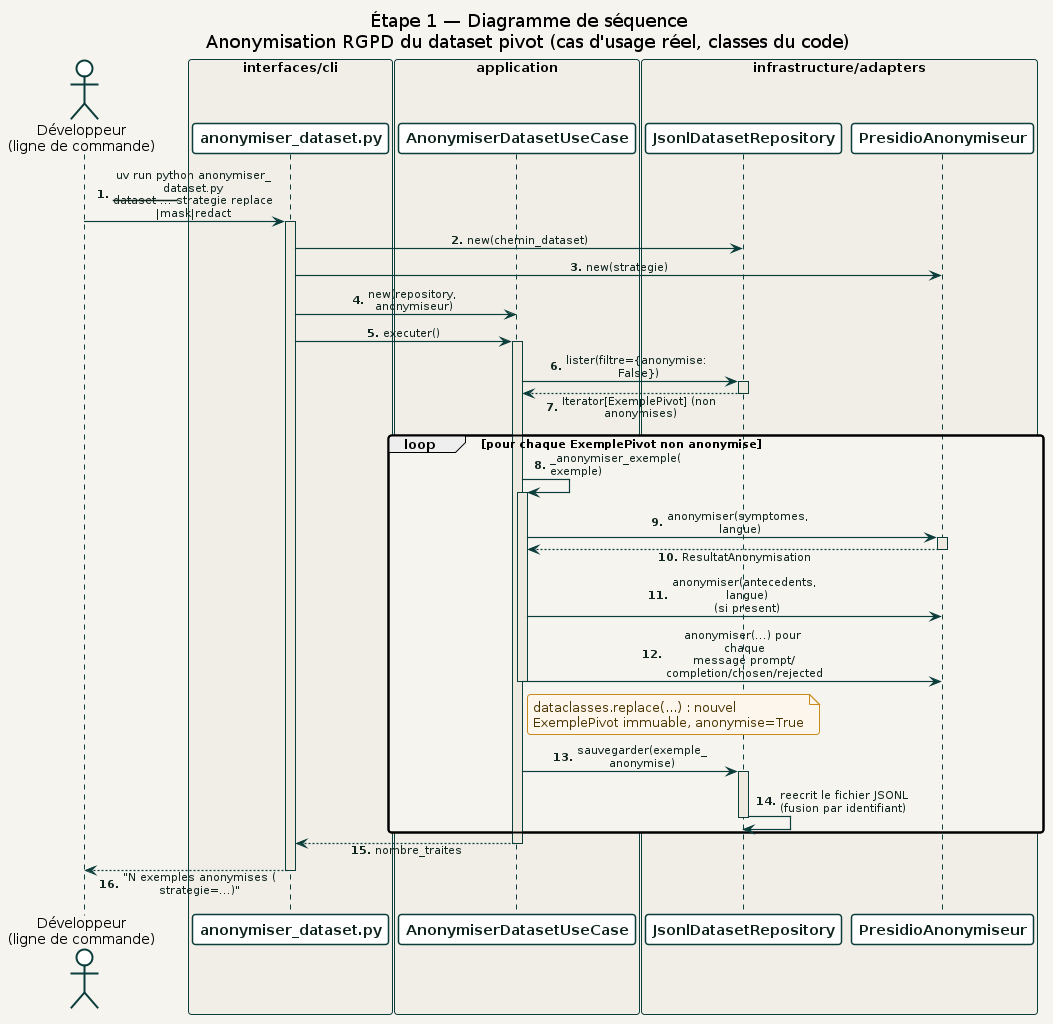
Earlier version of the PlantUML export docs/diagrams/02_etape1_donnees/sequence/anonymiser_dataset.png (racemartin/m14_ocr). Its source is kept beside it as docs/diagrams/02_etape1_donnees/sequence/anonymiser_dataset.puml.
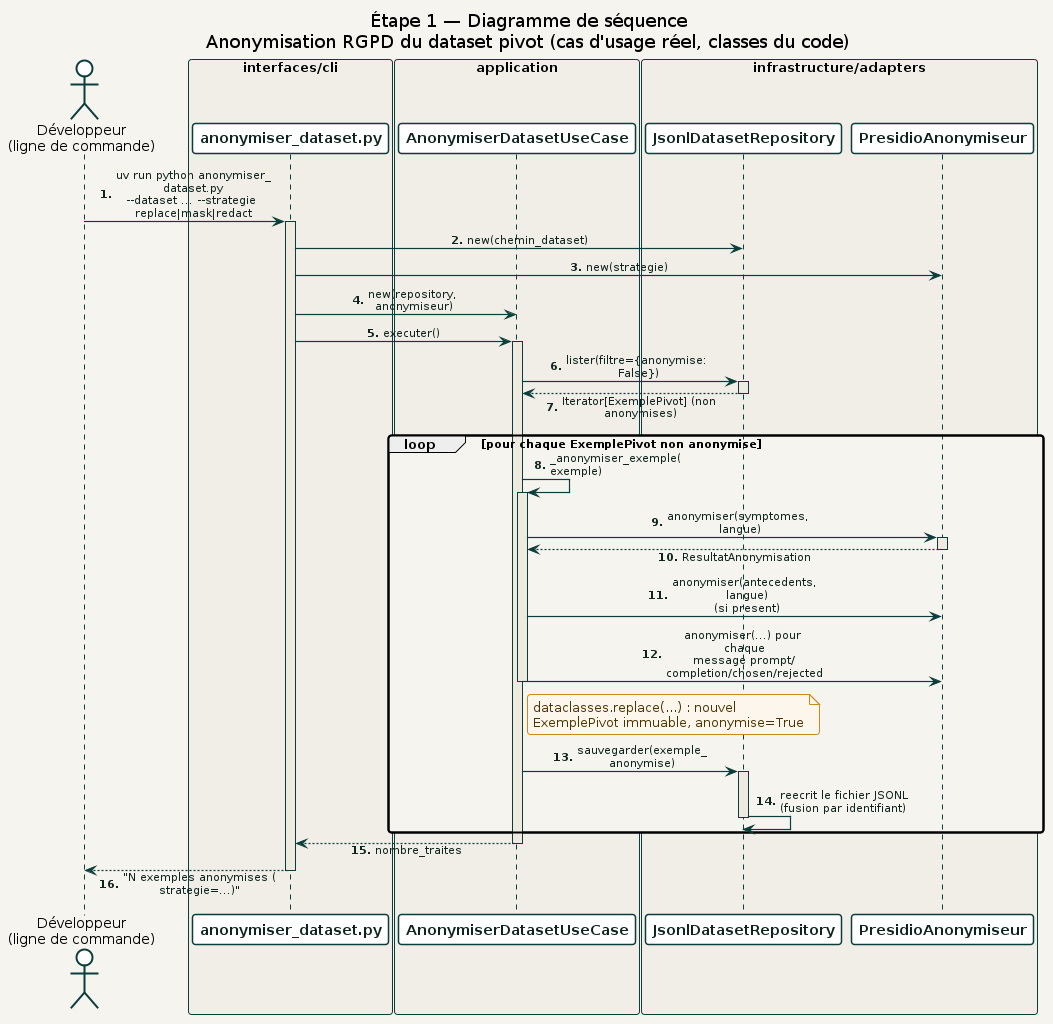
After the change.

Change to the diagram source:
```diff
@@ -20,7 +20,7 @@
 
 autonumber "<b>0."
 
-Dev -> CLI : uv run python anonymiser_dataset.py\n--dataset ... --strategie replace|mask|redact
+Dev -> CLI : uv run python anonymiser_dataset.py\n~-~-dataset ... ~-~-strategie replace|mask|redact
 activate CLI
 
 CLI -> Repo : new(chemin_dataset)
```
